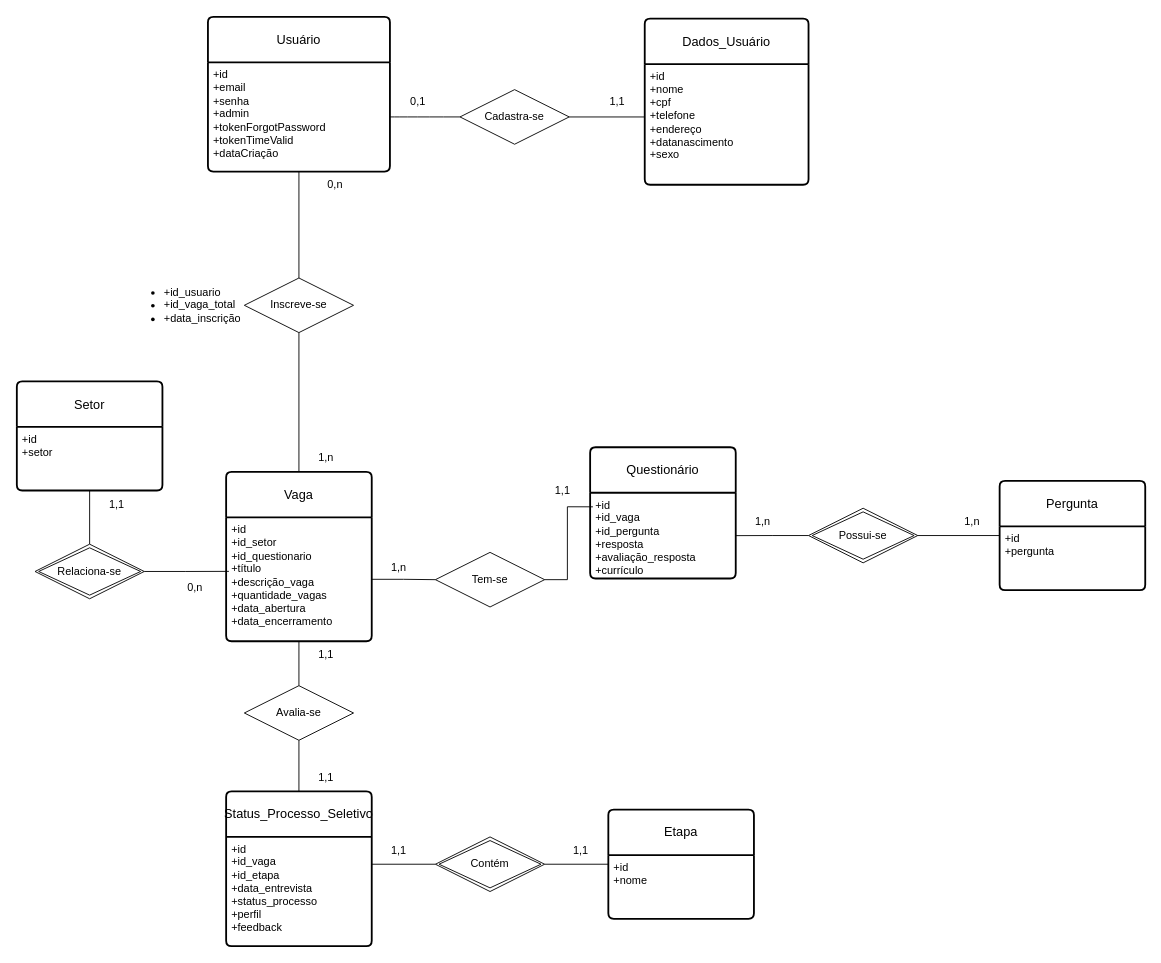
ExtraProjects860/Project-Selection-Process-Control keeps this draw.io diagram as Diagrama Modelo Relacional.drawio. Above is the earlier version. Source tidied: cells renumbered, new cells numbered last; positions are measured from the earlier drawing's top-left corner, leaving out a move shared by most shapes. Both pictures are drawn from the tidied source at 91%, with x=0, y=0 at pixel (16, 16).
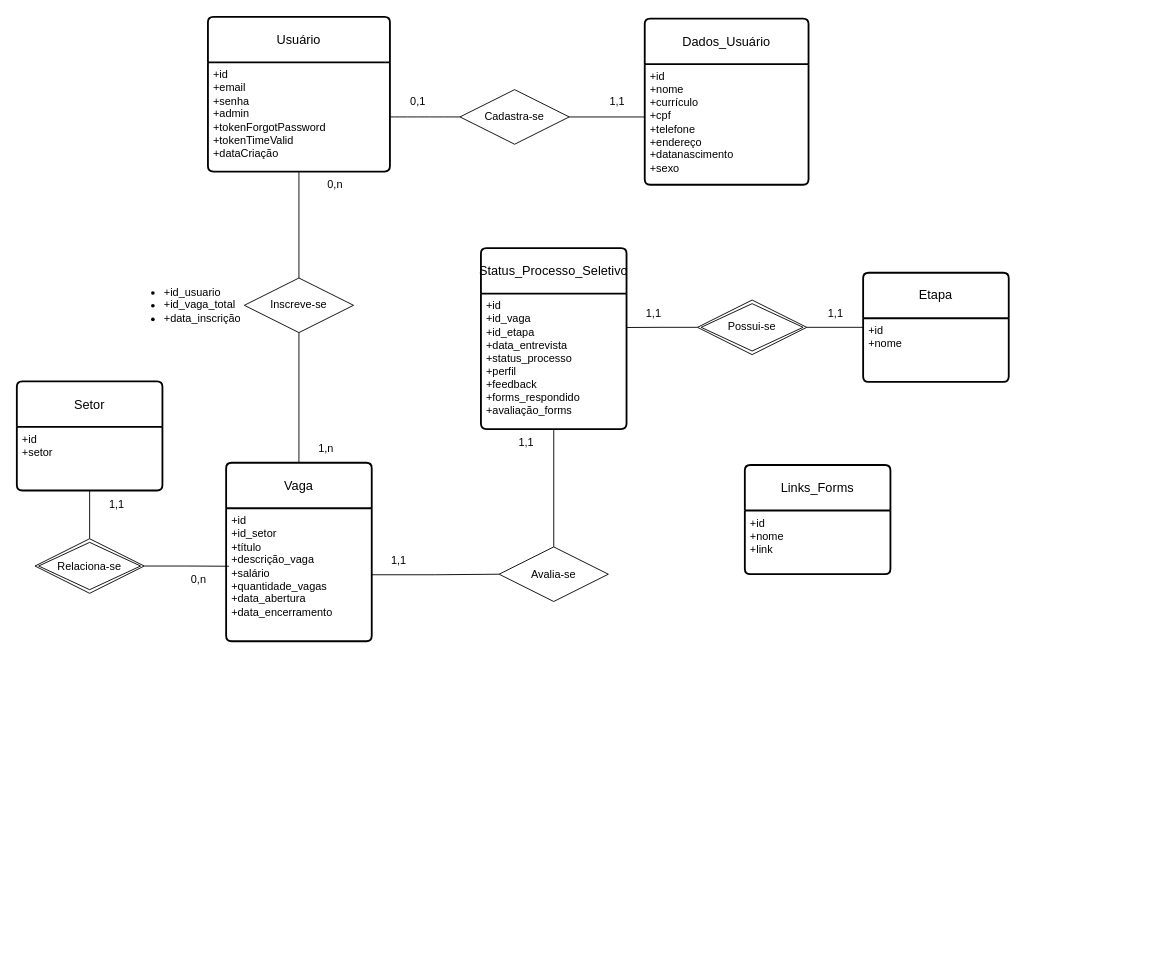
The same page after the edit.

Unchanged cells that the change refers to:
```xml
<mxCell id="4" value="Dados_Usuário" style="swimlane;horizontal=1;startSize=50;rounded=1;fontSize=14;fontStyle=0;strokeWidth=2;shadow=0;dashed=0;align=center;arcSize=4;whiteSpace=wrap;html=1;" parent="1" vertex="1">
  <mxGeometry x="690" y="2" width="180" height="182.5" as="geometry" />
</mxCell>
```

Change to the diagram source:
```diff
@@
-    <mxCell id="5" value="&lt;div&gt;+id&lt;/div&gt;+nome&lt;div&gt;+cpf&lt;br&gt;&lt;div&gt;+telefone&lt;/div&gt;&lt;div&gt;+endereço&lt;/div&gt;&lt;div&gt;+datanascimento&lt;/div&gt;&lt;/div&gt;&lt;div&gt;+sexo&lt;/div&gt;" style="align=left;strokeColor=none;fillColor=none;spacingLeft=4;fontSize=12;verticalAlign=top;html=1;" parent="4" vertex="1">
+    <mxCell id="5" value="&lt;div&gt;+id&lt;/div&gt;+nome&lt;div&gt;+currículo&lt;br&gt;&lt;div&gt;+cpf&lt;br&gt;&lt;div&gt;+telefone&lt;/div&gt;&lt;div&gt;+endereço&lt;/div&gt;&lt;div&gt;+datanascimento&lt;/div&gt;&lt;/div&gt;&lt;div&gt;+sexo&lt;/div&gt;&lt;/div&gt;" style="align=left;strokeColor=none;fillColor=none;spacingLeft=4;fontSize=12;verticalAlign=top;html=1;" parent="4" vertex="1">
       <mxGeometry y="50" width="180" height="132.5" as="geometry" />
     </mxCell>
@@
     <mxCell id="8" value="Status_Processo_Seletivo" style="swimlane;horizontal=1;startSize=50;rounded=1;fontSize=14;fontStyle=0;strokeWidth=2;shadow=0;dashed=0;align=center;arcSize=4;whiteSpace=wrap;html=1;" parent="1" vertex="1">
-      <mxGeometry x="230" y="851.2" width="160" height="170" as="geometry" />
+      <mxGeometry x="510" y="254.2" width="160" height="198.8" as="geometry" />
     </mxCell>
-    <mxCell id="9" value="+id&lt;div&gt;+id_vaga&lt;/div&gt;&lt;div&gt;+id_etapa&lt;/div&gt;&lt;div&gt;&lt;span style=&quot;background-color: initial;&quot;&gt;+data_entrevista&lt;/span&gt;&lt;/div&gt;&lt;div&gt;&lt;span style=&quot;background-color: initial;&quot;&gt;+status_processo&lt;/span&gt;&lt;/div&gt;&lt;div&gt;+perfil&lt;/div&gt;&lt;div&gt;+feedback&lt;/div&gt;" style="align=left;strokeColor=none;fillColor=none;spacingLeft=4;fontSize=12;verticalAlign=top;html=1;" parent="8" vertex="1">
-      <mxGeometry y="50" width="160" height="120" as="geometry" />
+    <mxCell id="9" value="+id&lt;div&gt;+id_vaga&lt;/div&gt;&lt;div&gt;+id_etapa&lt;/div&gt;&lt;div&gt;&lt;span style=&quot;background-color: initial;&quot;&gt;+data_entrevista&lt;/span&gt;&lt;/div&gt;&lt;div&gt;&lt;span style=&quot;background-color: initial;&quot;&gt;+status_processo&lt;/span&gt;&lt;/div&gt;&lt;div&gt;+perfil&lt;/div&gt;&lt;div&gt;+feedback&lt;/div&gt;&lt;div&gt;+forms_respondido&lt;/div&gt;&lt;div&gt;+avaliação_forms&lt;/div&gt;" style="align=left;strokeColor=none;fillColor=none;spacingLeft=4;fontSize=12;verticalAlign=top;html=1;" parent="8" vertex="1">
+      <mxGeometry y="50" width="160" height="148.8" as="geometry" />
     </mxCell>
-    <mxCell id="10" value="Questionário" style="swimlane;horizontal=1;startSize=50;rounded=1;fontSize=14;fontStyle=0;strokeWidth=2;shadow=0;dashed=0;align=center;arcSize=4;whiteSpace=wrap;html=1;" parent="1" vertex="1">
-      <mxGeometry x="630" y="473" width="160" height="144.2" as="geometry" />
-    </mxCell>
-    <mxCell id="11" value="+id&lt;div&gt;+id_vaga&lt;br&gt;+id_pergunta&lt;/div&gt;&lt;div&gt;+resposta&lt;/div&gt;&lt;div&gt;+avaliação_resposta&lt;br&gt;&lt;div&gt;+currículo&lt;/div&gt;&lt;/div&gt;" style="align=left;strokeColor=none;fillColor=none;spacingLeft=4;fontSize=12;verticalAlign=top;html=1;" parent="10" vertex="1">
-      <mxGeometry y="50" width="160" height="94.2" as="geometry" />
-    </mxCell>
-    <mxCell id="12" style="edgeStyle=orthogonalEdgeStyle;rounded=0;jettySize=auto;html=1;endArrow=none;endFill=0;" parent="1" edge="1" source="13" target="18">
-      <mxGeometry relative="1" as="geometry" />
-    </mxCell>
-    <mxCell id="13" value="Pergunta" style="swimlane;horizontal=1;startSize=50;rounded=1;fontSize=14;fontStyle=0;strokeWidth=2;shadow=0;dashed=0;align=center;arcSize=4;whiteSpace=wrap;html=1;" parent="1" vertex="1">
-      <mxGeometry x="1080" y="510" width="160" height="120" as="geometry" />
-    </mxCell>
-    <mxCell id="14" value="+id&lt;br&gt;+pergunta&lt;div&gt;&lt;br&gt;&lt;/div&gt;" style="align=left;strokeColor=none;fillColor=none;spacingLeft=4;fontSize=12;verticalAlign=top;html=1;" parent="13" vertex="1">
-      <mxGeometry y="50" width="160" height="70" as="geometry" />
-    </mxCell>
@@
     <mxCell id="16" value="Relaciona-se" style="shape=rhombus;double=1;perimeter=rhombusPerimeter;whiteSpace=wrap;html=1;align=center;" parent="1" vertex="1">
-      <mxGeometry x="20" y="579.5" width="120" height="60" as="geometry" />
+      <mxGeometry x="20" y="573.5" width="120" height="60" as="geometry" />
     </mxCell>
-    <mxCell id="17" style="edgeStyle=orthogonalEdgeStyle;rounded=0;jettySize=auto;html=1;endArrow=none;endFill=0;" parent="1" edge="1" source="18" target="11">
-      <mxGeometry relative="1" as="geometry" />
-    </mxCell>
-    <mxCell id="18" value="Possui-se" style="shape=rhombus;double=1;perimeter=rhombusPerimeter;whiteSpace=wrap;html=1;align=center;" parent="1" vertex="1">
-      <mxGeometry x="870" y="540" width="120" height="60" as="geometry" />
-    </mxCell>
@@
-    <mxCell id="25" value="Tem-se" style="shape=rhombus;perimeter=rhombusPerimeter;whiteSpace=wrap;html=1;align=center;" parent="1" vertex="1">
-      <mxGeometry x="460" y="588.5" width="120" height="60" as="geometry" />
-    </mxCell>
-    <mxCell id="26" style="edgeStyle=orthogonalEdgeStyle;rounded=0;jettySize=auto;html=1;entryX=0.019;entryY=0.164;entryDx=0;entryDy=0;entryPerimeter=0;endArrow=none;endFill=0;" parent="1" edge="1" source="25" target="11">
-      <mxGeometry relative="1" as="geometry" />
-    </mxCell>
@@
     <mxCell id="28" value="Avalia-se" style="shape=rhombus;perimeter=rhombusPerimeter;whiteSpace=wrap;html=1;align=center;" parent="1" vertex="1">
-      <mxGeometry x="250" y="735" width="120" height="60" as="geometry" />
+      <mxGeometry x="530" y="582.5" width="120" height="60" as="geometry" />
     </mxCell>
-    <mxCell id="29" value="1,1" style="text;html=1;align=center;verticalAlign=middle;whiteSpace=wrap;rounded=0;" parent="1" vertex="1">
-      <mxGeometry x="570" y="506" width="60" height="30" as="geometry" />
-    </mxCell>
@@
     <mxCell id="31" value="1,1" style="text;html=1;align=center;verticalAlign=middle;whiteSpace=wrap;rounded=0;" parent="1" vertex="1">
-      <mxGeometry x="310" y="686.2" width="60" height="30" as="geometry" />
+      <mxGeometry x="390" y="582.5" width="60" height="30" as="geometry" />
     </mxCell>
     <mxCell id="32" value="1,1" style="text;html=1;align=center;verticalAlign=middle;whiteSpace=wrap;rounded=0;" parent="1" vertex="1">
-      <mxGeometry x="310" y="821.2" width="60" height="30" as="geometry" />
+      <mxGeometry x="530" y="453" width="60" height="30" as="geometry" />
     </mxCell>
-    <mxCell id="33" value="1,n" style="text;html=1;align=center;verticalAlign=middle;whiteSpace=wrap;rounded=0;" parent="1" vertex="1">
-      <mxGeometry x="1020" y="540" width="60" height="30" as="geometry" />
-    </mxCell>
-    <mxCell id="34" value="1,n" style="text;html=1;align=center;verticalAlign=middle;whiteSpace=wrap;rounded=0;" parent="1" vertex="1">
-      <mxGeometry x="790" y="540" width="60" height="30" as="geometry" />
-    </mxCell>
@@
     <mxCell id="38" value="1,n" style="text;html=1;align=center;verticalAlign=middle;whiteSpace=wrap;rounded=0;" parent="1" vertex="1">
-      <mxGeometry x="310" y="470" width="60" height="30" as="geometry" />
+      <mxGeometry x="310" y="460" width="60" height="30" as="geometry" />
     </mxCell>
     <mxCell id="39" value="Vaga" style="swimlane;horizontal=1;startSize=50;rounded=1;fontSize=14;fontStyle=0;strokeWidth=2;shadow=0;dashed=0;align=center;arcSize=4;whiteSpace=wrap;html=1;" parent="1" vertex="1">
-      <mxGeometry x="230" y="500" width="160" height="186.2" as="geometry" />
+      <mxGeometry x="230" y="490" width="160" height="196.2" as="geometry" />
     </mxCell>
-    <mxCell id="40" value="&lt;div&gt;+id&lt;/div&gt;&lt;div&gt;+id_setor&lt;/div&gt;&lt;div&gt;+id_questionario&lt;br&gt;&lt;/div&gt;&lt;div&gt;+título&lt;/div&gt;&lt;div&gt;+descrição_vaga&lt;/div&gt;&lt;div&gt;+quantidade_vagas&lt;/div&gt;&lt;div&gt;+data_abertura&lt;/div&gt;&lt;div&gt;+data_encerramento&lt;/div&gt;" style="align=left;strokeColor=none;fillColor=none;spacingLeft=4;fontSize=12;verticalAlign=top;html=1;" parent="39" vertex="1">
-      <mxGeometry y="50" width="160" height="136.2" as="geometry" />
+    <mxCell id="40" value="&lt;div&gt;+id&lt;/div&gt;&lt;div&gt;+id_setor&lt;/div&gt;&lt;div&gt;+título&lt;/div&gt;&lt;div&gt;+descrição_vaga&lt;/div&gt;&lt;div&gt;+salário&lt;/div&gt;&lt;div&gt;+quantidade_vagas&lt;/div&gt;&lt;div&gt;+data_abertura&lt;/div&gt;&lt;div&gt;+data_encerramento&lt;/div&gt;" style="align=left;strokeColor=none;fillColor=none;spacingLeft=4;fontSize=12;verticalAlign=top;html=1;" parent="39" vertex="1">
+      <mxGeometry y="50" width="160" height="146.2" as="geometry" />
     </mxCell>
@@
     <mxCell id="42" value="0,n" style="text;html=1;align=center;verticalAlign=middle;whiteSpace=wrap;rounded=0;" parent="1" vertex="1">
-      <mxGeometry x="166" y="611.5" width="60" height="30" as="geometry" />
+      <mxGeometry x="170" y="603.5" width="60" height="30" as="geometry" />
     </mxCell>
-    <mxCell id="43" value="1,n" style="text;html=1;align=center;verticalAlign=middle;whiteSpace=wrap;rounded=0;" parent="1" vertex="1">
-      <mxGeometry x="390" y="590.5" width="60" height="30" as="geometry" />
-    </mxCell>
@@
-    <mxCell id="45" style="edgeStyle=orthogonalEdgeStyle;rounded=0;jettySize=auto;html=1;entryX=0;entryY=0.5;entryDx=0;entryDy=0;endArrow=none;endFill=0;" parent="1" edge="1" source="40" target="25">
-      <mxGeometry relative="1" as="geometry" />
-    </mxCell>
@@
     <mxCell id="49" value="Etapa" style="swimlane;horizontal=1;startSize=50;rounded=1;fontSize=14;fontStyle=0;strokeWidth=2;shadow=0;dashed=0;align=center;arcSize=4;whiteSpace=wrap;html=1;" parent="1" vertex="1">
-      <mxGeometry x="650" y="871.2" width="160" height="120" as="geometry" />
+      <mxGeometry x="930" y="281.2" width="160" height="120" as="geometry" />
     </mxCell>
@@
-    <mxCell id="51" value="Contém" style="shape=rhombus;double=1;perimeter=rhombusPerimeter;whiteSpace=wrap;html=1;align=center;" parent="1" vertex="1">
-      <mxGeometry x="460" y="901.2" width="120" height="60" as="geometry" />
+    <mxCell id="51" value="Possui-se" style="shape=rhombus;double=1;perimeter=rhombusPerimeter;whiteSpace=wrap;html=1;align=center;" parent="1" vertex="1">
+      <mxGeometry x="748" y="311.2" width="120" height="60" as="geometry" />
     </mxCell>
     <mxCell id="52" value="1,1" style="text;html=1;align=center;verticalAlign=middle;whiteSpace=wrap;rounded=0;" parent="1" vertex="1">
-      <mxGeometry x="390" y="901.2" width="60" height="30" as="geometry" />
+      <mxGeometry x="670" y="311.2" width="60" height="30" as="geometry" />
     </mxCell>
     <mxCell id="53" value="1,1" style="text;html=1;align=center;verticalAlign=middle;whiteSpace=wrap;rounded=0;" parent="1" vertex="1">
-      <mxGeometry x="590" y="901.2" width="60" height="30" as="geometry" />
+      <mxGeometry x="870" y="311.2" width="60" height="30" as="geometry" />
     </mxCell>
+    <mxCell id="54" value="Links_Forms" style="swimlane;horizontal=1;startSize=50;rounded=1;fontSize=14;fontStyle=0;strokeWidth=2;shadow=0;dashed=0;align=center;arcSize=4;whiteSpace=wrap;html=1;" parent="1" vertex="1">
+      <mxGeometry x="800" y="492.5" width="160" height="120" as="geometry" />
+    </mxCell>
+    <mxCell id="55" value="+id&lt;div&gt;+nome&lt;/div&gt;&lt;div&gt;+link&lt;br&gt;&lt;div&gt;&lt;br&gt;&lt;/div&gt;&lt;/div&gt;" style="align=left;strokeColor=none;fillColor=none;spacingLeft=4;fontSize=12;verticalAlign=top;html=1;" parent="54" vertex="1">
+      <mxGeometry y="50" width="160" height="70" as="geometry" />
+    </mxCell>
```
